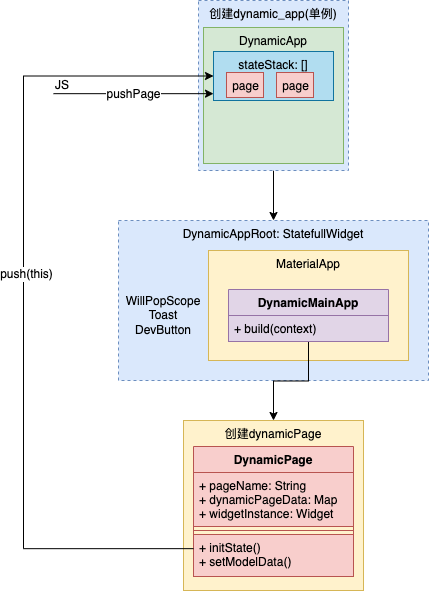
The draw.io diagram flutter/thresh engine 单例.png in JD-Tang/flutter_uml, before a commit. Source tidied: cells renumbered, new cells last; positions are measured from the earlier drawing's top-left corner, leaving out a move shared by most shapes. Its diagram source:
```xml
<mxGraphModel>
  <root>
    <mxCell id="0" />
    <mxCell id="1" parent="0" />
    <mxCell id="2" style="edgeStyle=orthogonalEdgeStyle;rounded=0;jettySize=auto;html=1;exitX=0.5;exitY=1;exitDx=0;exitDy=0;fontSize=11;" parent="1" edge="1" source="3" target="18">
      <mxGeometry relative="1" as="geometry" />
    </mxCell>
    <mxCell id="3" value="创建dynamic_app(单例)" style="rounded=0;whiteSpace=wrap;html=1;labelPosition=center;verticalLabelPosition=middle;align=center;verticalAlign=top;dashed=1;fillColor=#dae8fc;strokeColor=#6c8ebf;" parent="1" vertex="1">
      <mxGeometry x="175" width="150" height="170" as="geometry" />
    </mxCell>
    <mxCell id="4" value="创建dynamicPage" style="whiteSpace=wrap;html=1;rounded=0;verticalAlign=top;fillColor=#fff2cc;strokeColor=#d6b656;" parent="1" vertex="1">
      <mxGeometry x="160" y="420" width="180" height="170" as="geometry" />
    </mxCell>
    <mxCell id="5" value="DynamicPage" style="swimlane;fontStyle=1;align=center;verticalAlign=top;horizontal=1;startSize=26;strokeColor=#b85450;fillColor=#f8cecc;" parent="1" vertex="1">
      <mxGeometry x="170" y="446" width="160" height="130" as="geometry" />
    </mxCell>
    <mxCell id="6" value="+ pageName: String&#10;+ dynamicPageData: Map&#10;+ widgetInstance: Widget" style="text;strokeColor=#b85450;fillColor=#f8cecc;align=left;verticalAlign=top;spacingLeft=4;spacingRight=4;overflow=hidden;" parent="5" vertex="1">
      <mxGeometry y="26" width="160" height="54" as="geometry" />
    </mxCell>
    <mxCell id="7" style="line;strokeWidth=1;fillColor=#f8cecc;align=left;verticalAlign=middle;spacingTop=-1;spacingLeft=3;spacingRight=3;labelPosition=right;strokeColor=#b85450;" parent="5" vertex="1">
      <mxGeometry y="80" width="160" height="8" as="geometry" />
    </mxCell>
    <mxCell id="8" value="+ initState()&#10;+ setModelData()" style="text;strokeColor=#b85450;fillColor=#f8cecc;align=left;verticalAlign=top;spacingLeft=4;spacingRight=4;overflow=hidden;points=[[0,0.5],[1,0.5]];portConstraint=eastwest;" parent="5" vertex="1">
      <mxGeometry y="88" width="160" height="42" as="geometry" />
    </mxCell>
    <mxCell id="9" value="DynamicApp" style="rounded=0;whiteSpace=wrap;html=1;strokeColor=#82b366;verticalAlign=top;fillColor=#d5e8d4;" parent="1" vertex="1">
      <mxGeometry x="180" y="27" width="140" height="136" as="geometry" />
    </mxCell>
    <mxCell id="10" value="stateStack: []" style="rounded=0;whiteSpace=wrap;html=1;strokeColor=#10739e;verticalAlign=top;fillColor=#b1ddf0;" parent="1" vertex="1">
      <mxGeometry x="190" y="51" width="120" height="49" as="geometry" />
    </mxCell>
    <mxCell id="11" style="edgeStyle=orthogonalEdgeStyle;rounded=0;jettySize=auto;html=1;exitX=0;exitY=0.337;exitDx=0;exitDy=0;entryX=0;entryY=0.5;entryDx=0;entryDy=0;exitPerimeter=0;" parent="1" edge="1" source="8" target="10">
      <mxGeometry relative="1" as="geometry">
        <Array as="points">
          <mxPoint y="548" />
          <mxPoint y="76" />
        </Array>
      </mxGeometry>
    </mxCell>
    <mxCell id="12" value="push(this)" style="edgeLabel;html=1;align=center;verticalAlign=middle;" parent="11" vertex="1">
      <mxGeometry x="0.07" y="-3" relative="1" as="geometry" />
    </mxCell>
    <mxCell id="13" value="page" style="html=1;strokeColor=#b85450;verticalAlign=top;fillColor=#f8cecc;" parent="1" vertex="1">
      <mxGeometry x="203" y="72" width="37" height="25" as="geometry" />
    </mxCell>
    <mxCell id="14" value="page" style="html=1;strokeColor=#b85450;verticalAlign=top;fillColor=#f8cecc;" parent="1" vertex="1">
      <mxGeometry x="253" y="72" width="37" height="25" as="geometry" />
    </mxCell>
    <mxCell id="15" style="endArrow=classic;html=1;rounded=0;edgeStyle=orthogonalEdgeStyle;" parent="1" edge="1">
      <mxGeometry relative="1" as="geometry">
        <mxPoint x="30" y="93.2" as="sourcePoint" />
        <mxPoint x="190" y="93.2" as="targetPoint" />
      </mxGeometry>
    </mxCell>
    <mxCell id="16" value="pushPage" style="edgeLabel;html=1;align=center;verticalAlign=middle;strokeColor=#330066;" parent="15" vertex="1">
      <mxGeometry relative="1" as="geometry" />
    </mxCell>
    <mxCell id="17" value="JS" style="edgeLabel;html=1;align=left;verticalAlign=bottom;strokeColor=#330066;" parent="15" vertex="1">
      <mxGeometry x="-1" relative="1" as="geometry" />
    </mxCell>
    <mxCell id="18" value="DynamicAppRoot: StatefullWidget" style="rounded=0;whiteSpace=wrap;html=1;strokeColor=#6c8ebf;verticalAlign=top;dashed=1;fillColor=#dae8fc;" parent="1" vertex="1">
      <mxGeometry x="95" y="220" width="310" height="160" as="geometry" />
    </mxCell>
    <mxCell id="19" value="MaterialApp" style="rounded=0;whiteSpace=wrap;html=1;strokeColor=#d6b656;verticalAlign=top;fillColor=#fff2cc;" parent="1" vertex="1">
      <mxGeometry x="185" y="250" width="200" height="110" as="geometry" />
    </mxCell>
    <mxCell id="20" value="&lt;font style=&quot;font-size: 11px&quot;&gt;WillPopScope&lt;br style=&quot;font-size: 11px&quot;&gt;Toast&lt;br style=&quot;font-size: 11px&quot;&gt;DevButton&lt;/font&gt;" style="text;html=1;strokeColor=none;fillColor=none;align=center;verticalAlign=middle;whiteSpace=wrap;rounded=0;" parent="1" vertex="1">
      <mxGeometry x="95" y="270" width="90" height="90" as="geometry" />
    </mxCell>
    <mxCell id="21" style="edgeStyle=orthogonalEdgeStyle;rounded=0;jettySize=auto;html=1;exitX=0.5;exitY=1;exitDx=0;exitDy=0;fontSize=11;" parent="1" edge="1" source="22" target="4">
      <mxGeometry relative="1" as="geometry" />
    </mxCell>
    <mxCell id="22" value="DynamicMainApp" style="swimlane;fontStyle=1;align=center;verticalAlign=top;horizontal=1;startSize=26;strokeColor=#9673a6;fillColor=#e1d5e7;" parent="1" vertex="1">
      <mxGeometry x="205" y="289" width="160" height="52" as="geometry" />
    </mxCell>
    <mxCell id="23" value="+ build(context)" style="text;strokeColor=#9673a6;fillColor=#e1d5e7;align=left;verticalAlign=top;spacingLeft=4;spacingRight=4;overflow=hidden;" parent="22" vertex="1">
      <mxGeometry y="26" width="160" height="26" as="geometry" />
    </mxCell>
  </root>
</mxGraphModel>
```
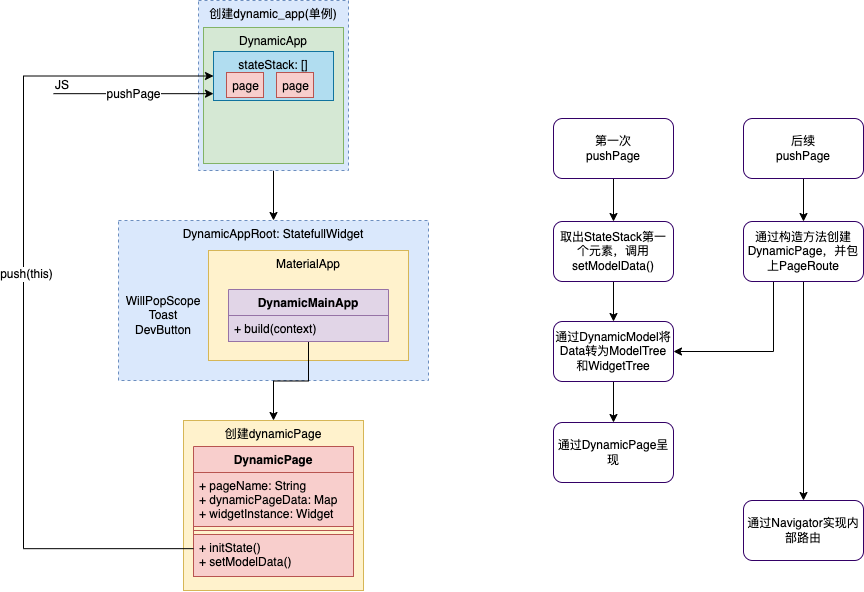
Above is the later version.

The edit, as a diff of the source:
```diff
@@ -76,5 +76,44 @@
     <mxCell id="23" value="+ build(context)" style="text;strokeColor=#9673a6;fillColor=#e1d5e7;align=left;verticalAlign=top;spacingLeft=4;spacingRight=4;overflow=hidden;" parent="22" vertex="1">
       <mxGeometry y="26" width="160" height="26" as="geometry" />
     </mxCell>
+    <mxCell id="24" style="edgeStyle=orthogonalEdgeStyle;rounded=0;jettySize=auto;html=1;fontSize=11;" parent="1" edge="1" source="25" target="27">
+      <mxGeometry relative="1" as="geometry" />
+    </mxCell>
+    <mxCell id="25" value="第一次&lt;br&gt;pushPage" style="rounded=1;whiteSpace=wrap;html=1;fontSize=11;strokeColor=#330066;fillColor=#FFFFFF;verticalAlign=middle;" parent="1" vertex="1">
+      <mxGeometry x="530" y="118" width="120" height="60" as="geometry" />
+    </mxCell>
+    <mxCell id="26" style="edgeStyle=orthogonalEdgeStyle;rounded=0;jettySize=auto;html=1;fontSize=11;" parent="1" edge="1" source="27" target="29">
+      <mxGeometry relative="1" as="geometry" />
+    </mxCell>
+    <mxCell id="27" value="取出StateStack第一个元素，调用setModelData()" style="whiteSpace=wrap;html=1;rounded=1;fontSize=11;strokeColor=#330066;fillColor=#FFFFFF;" parent="1" vertex="1">
+      <mxGeometry x="530" y="221" width="120" height="60" as="geometry" />
+    </mxCell>
+    <mxCell id="28" style="edgeStyle=orthogonalEdgeStyle;rounded=0;jettySize=auto;html=1;fontSize=11;" parent="1" edge="1" source="29" target="30">
+      <mxGeometry relative="1" as="geometry" />
+    </mxCell>
+    <mxCell id="29" value="通过DynamicModel将Data转为ModelTree和WidgetTree" style="whiteSpace=wrap;html=1;rounded=1;fontSize=11;strokeColor=#330066;fillColor=#FFFFFF;" parent="1" vertex="1">
+      <mxGeometry x="530" y="321" width="120" height="60" as="geometry" />
+    </mxCell>
+    <mxCell id="30" value="通过DynamicPage呈现" style="whiteSpace=wrap;html=1;rounded=1;fontSize=11;strokeColor=#330066;fillColor=#FFFFFF;" parent="1" vertex="1">
+      <mxGeometry x="530" y="422" width="120" height="60" as="geometry" />
+    </mxCell>
+    <mxCell id="31" style="edgeStyle=orthogonalEdgeStyle;rounded=0;jettySize=auto;html=1;fontSize=11;" parent="1" edge="1" source="32" target="35">
+      <mxGeometry relative="1" as="geometry" />
+    </mxCell>
+    <mxCell id="32" value="后续&lt;br&gt;pushPage" style="rounded=1;whiteSpace=wrap;html=1;fontSize=11;strokeColor=#330066;fillColor=#FFFFFF;verticalAlign=middle;" parent="1" vertex="1">
+      <mxGeometry x="720" y="118" width="120" height="60" as="geometry" />
+    </mxCell>
+    <mxCell id="33" style="edgeStyle=orthogonalEdgeStyle;rounded=0;jettySize=auto;html=1;fontSize=11;" parent="1" edge="1" source="35" target="36">
+      <mxGeometry relative="1" as="geometry" />
+    </mxCell>
+    <mxCell id="34" style="edgeStyle=orthogonalEdgeStyle;rounded=0;jettySize=auto;html=1;exitX=0.25;exitY=1;exitDx=0;exitDy=0;entryX=1;entryY=0.5;entryDx=0;entryDy=0;fontSize=11;" parent="1" edge="1" source="35" target="29">
+      <mxGeometry relative="1" as="geometry" />
+    </mxCell>
+    <mxCell id="35" value="通过构造方法创建DynamicPage，并包上PageRoute" style="whiteSpace=wrap;html=1;rounded=1;fontSize=11;strokeColor=#330066;fillColor=#FFFFFF;" parent="1" vertex="1">
+      <mxGeometry x="720" y="221" width="120" height="60" as="geometry" />
+    </mxCell>
+    <mxCell id="36" value="通过Navigator实现内部路由" style="whiteSpace=wrap;html=1;rounded=1;fontSize=11;strokeColor=#330066;fillColor=#FFFFFF;" parent="1" vertex="1">
+      <mxGeometry x="720" y="500" width="120" height="60" as="geometry" />
+    </mxCell>
   </root>
 </mxGraphModel>
```
